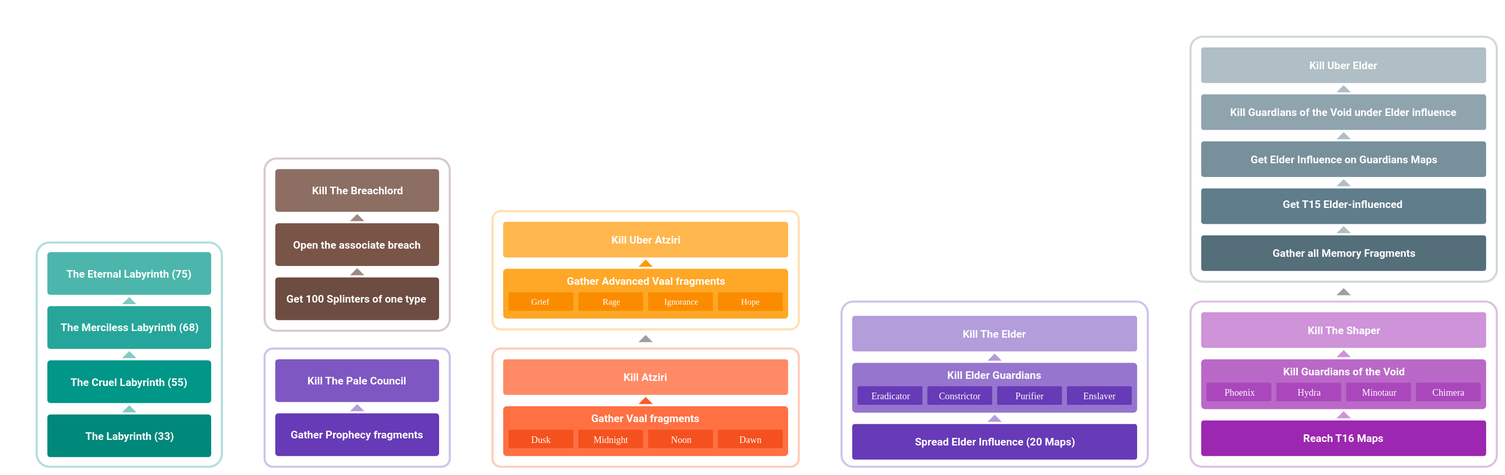
Above: POE-EndGameDiagram.svg in olivbau/POE-Diagram (draw.io), before the change. Source tidied: cells renumbered, new cells last; positions are measured from the earlier drawing's top-left corner, leaving out a move shared by most shapes.
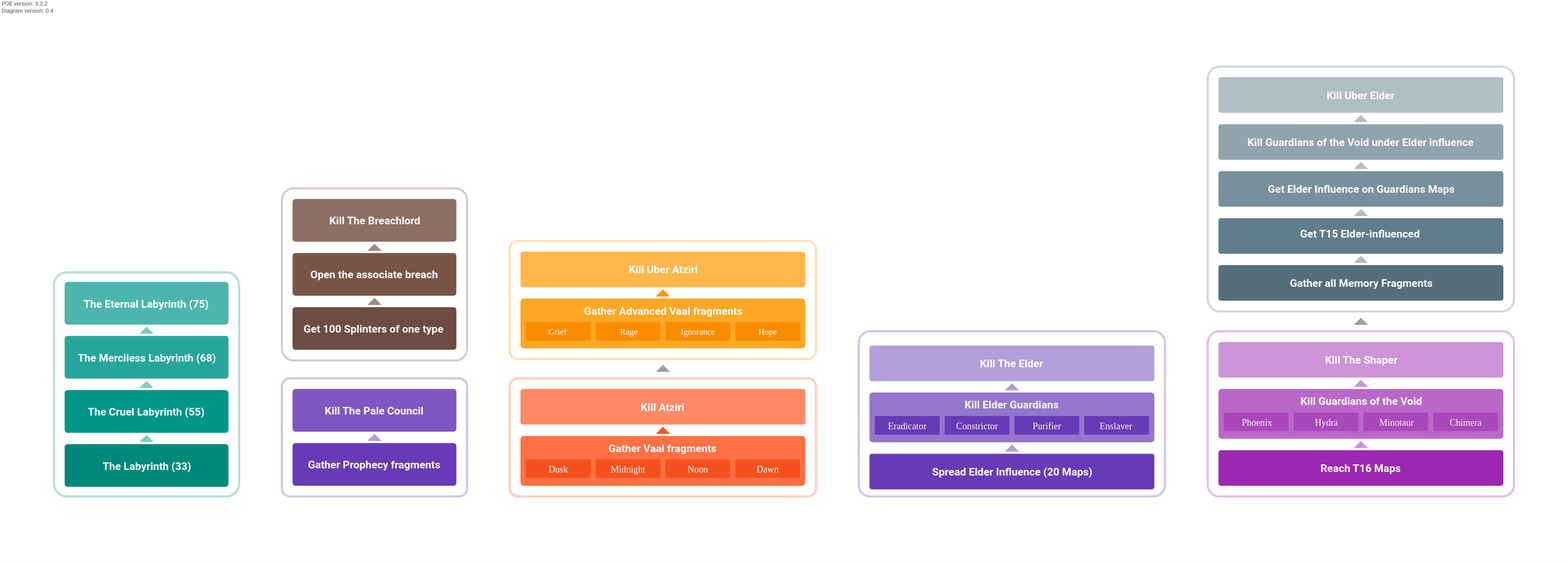
The same file after the commit.

What changed in the source:
```diff
@@ -1,7 +1,15 @@
 <mxGraphModel background="#ffffff">
   <root>
     <mxCell id="0" />
+    <mxCell id="98" value="Background" parent="0" />
+    <mxCell id="99" style="rounded=0;whiteSpace=wrap;html=1;glass=0;strokeWidth=1;fillColor=none;perimeterSpacing=0;strokeColor=#030303;arcSize=1;shadow=0;opacity=1;" parent="98" vertex="1">
+      <mxGeometry x="-75" y="-93" width="2200" height="790" as="geometry" />
+    </mxCell>
+    <mxCell id="100" value="Version" parent="0" />
+    <mxCell id="101" value="&lt;font style=&quot;font-size: 8px&quot;&gt;POE version: 3.3.2&lt;br style=&quot;font-size: 8px&quot;&gt;Diagram version: 0.4&lt;/font&gt;&lt;br style=&quot;font-size: 8px&quot;&gt;" style="text;html=1;strokeColor=none;fillColor=none;align=left;verticalAlign=bottom;whiteSpace=wrap;rounded=0;glass=0;opacity=50;fontSize=8;fontFamily=Roboto;spacing=0;spacingLeft=2;fontColor=#4F4F4F;" parent="100" vertex="1">
+      <mxGeometry x="-75" y="-91" width="80" height="16" as="geometry" />
+    </mxCell>
-    <mxCell id="1" parent="0" />
+    <mxCell id="1" value="Main" parent="0" />
     <mxCell id="2" style="group;" parent="1" vertex="1">
       <mxGeometry y="289" width="260" height="315" as="geometry" />
     </mxCell>
```
